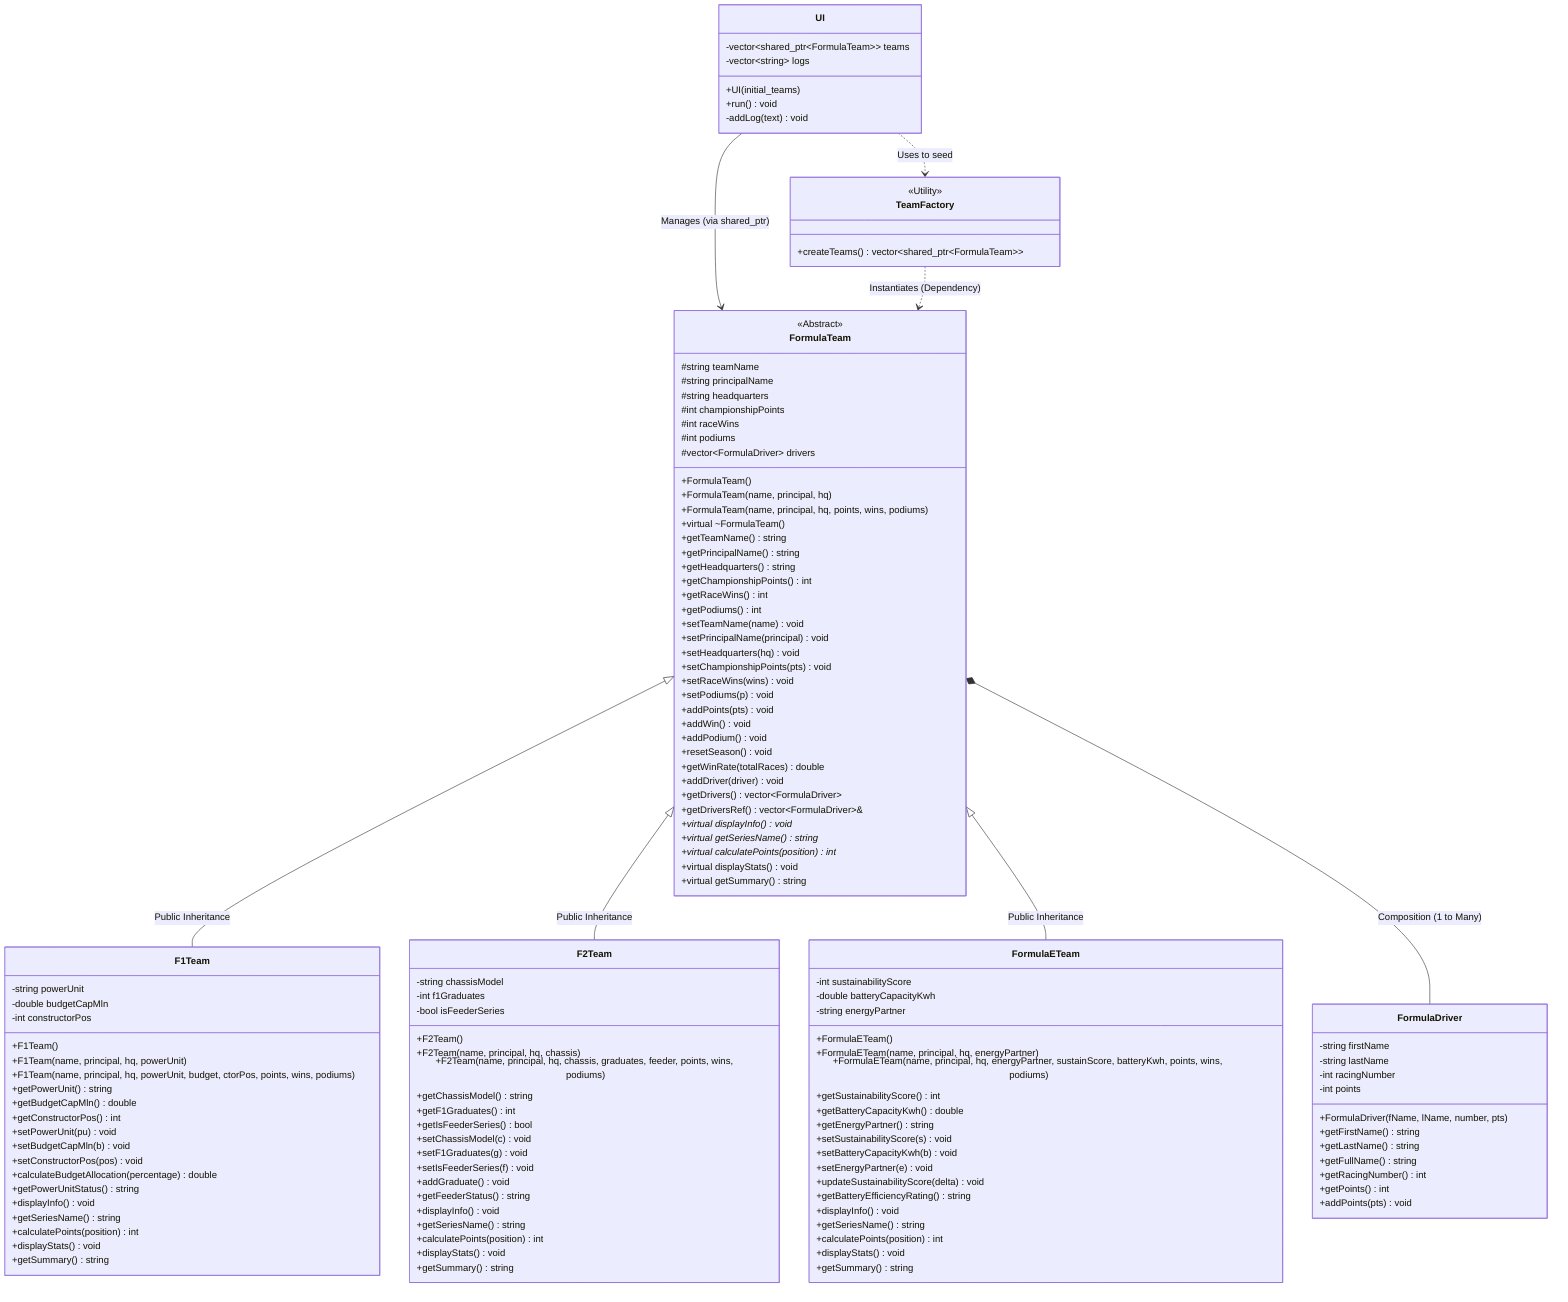
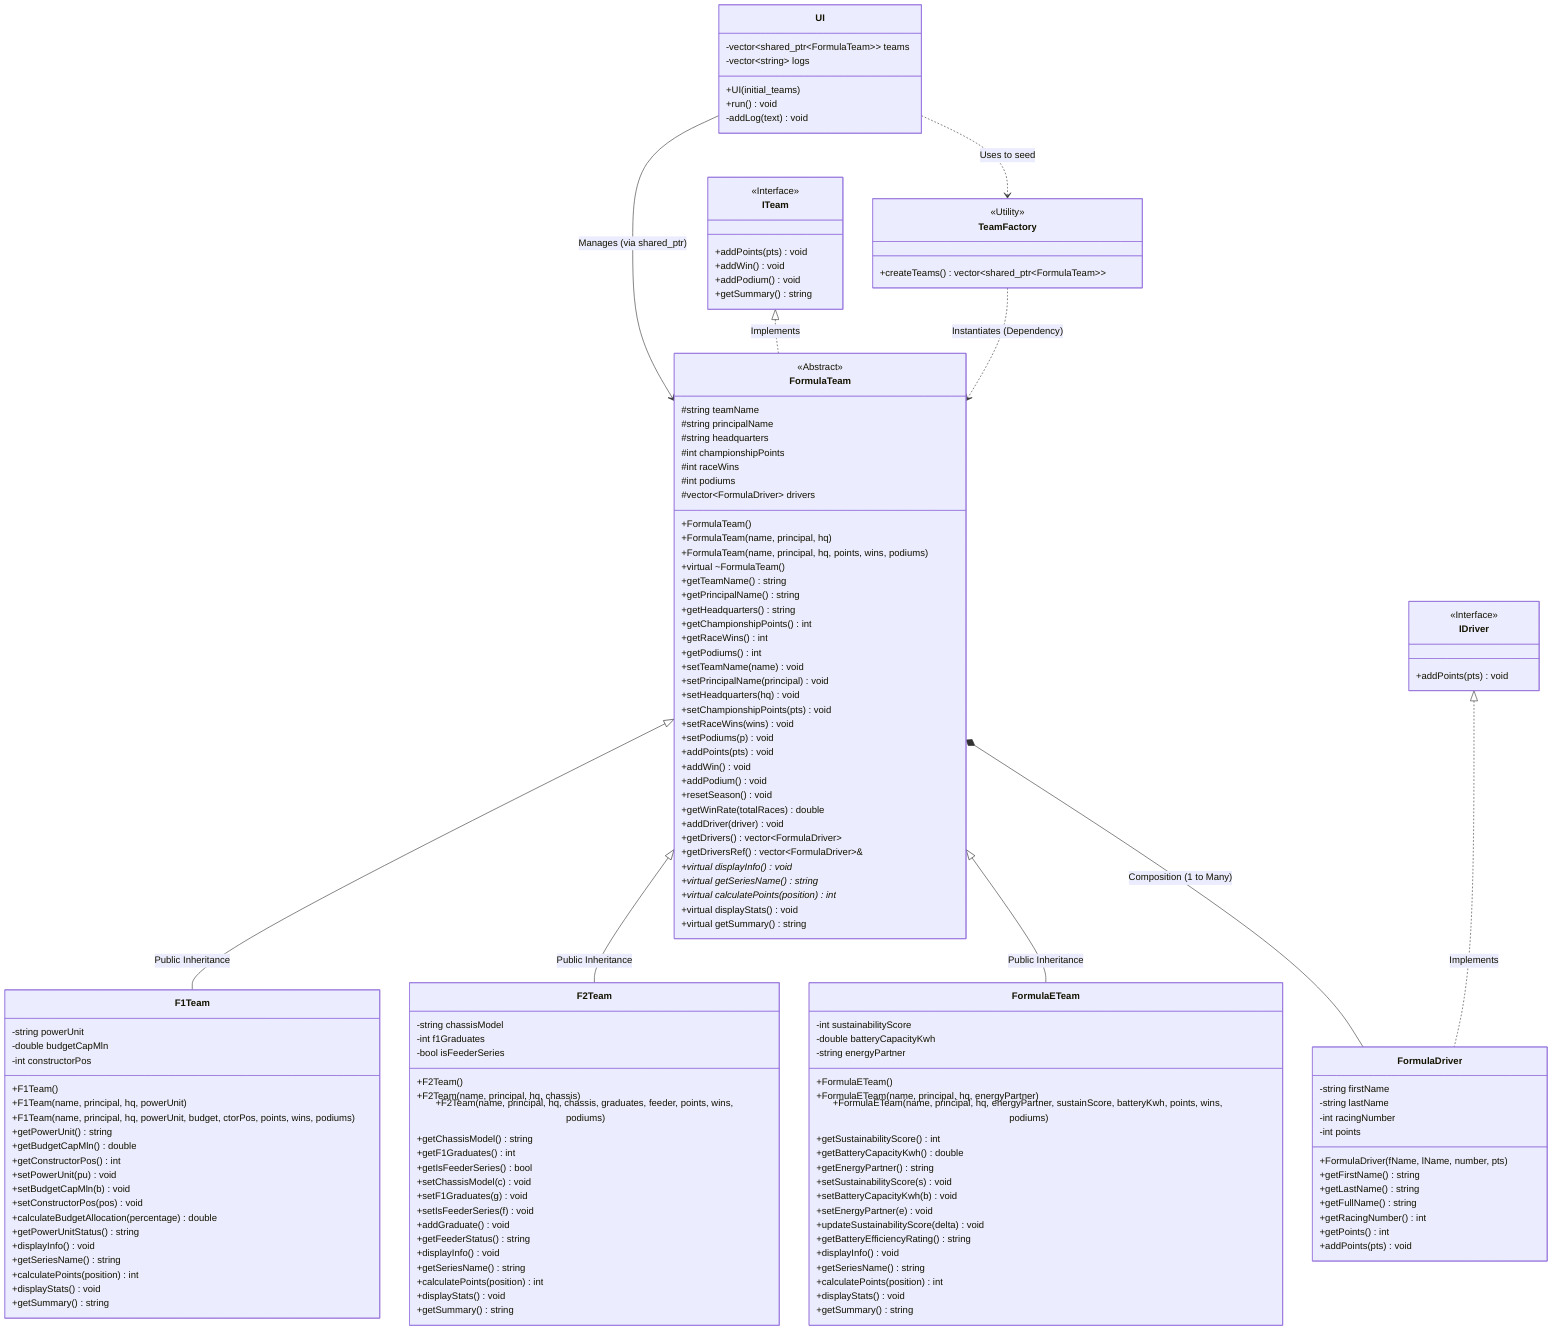
classDiagram
    direction TB

    class FormulaDriver {
        -string firstName
        -string lastName
        -int racingNumber
        -int points
        +FormulaDriver(fName, lName, number, pts)
        +getFirstName() string
        +getLastName() string
        +getFullName() string
        +getRacingNumber() int
        +getPoints() int
        +addPoints(pts) void
    }

    class FormulaTeam {
        <<Abstract>>
        #string teamName
        #string principalName
        #string headquarters
        #int championshipPoints
        #int raceWins
        #int podiums
        #vector~FormulaDriver~ drivers
        +FormulaTeam()
        +FormulaTeam(name, principal, hq)
        +FormulaTeam(name, principal, hq, points, wins, podiums)
        +virtual ~FormulaTeam()
        +getTeamName() string
        +getPrincipalName() string
        +getHeadquarters() string
        +getChampionshipPoints() int
        +getRaceWins() int
        +getPodiums() int
        +setTeamName(name) void
        +setPrincipalName(principal) void
        +setHeadquarters(hq) void
        +setChampionshipPoints(pts) void
        +setRaceWins(wins) void
        +setPodiums(p) void
        +addPoints(pts) void
        +addWin() void
        +addPodium() void
        +resetSeason() void
        +getWinRate(totalRaces) double
        +addDriver(driver) void
        +getDrivers() vector~FormulaDriver~
        +getDriversRef() vector~FormulaDriver~&
        +virtual displayInfo() void*
        +virtual getSeriesName() string*
        +virtual calculatePoints(position) int*
        +virtual displayStats() void
        +virtual getSummary() string
    }

    class F1Team {
        -string powerUnit
        -double budgetCapMln
        -int constructorPos
        +F1Team()
        +F1Team(name, principal, hq, powerUnit)
        +F1Team(name, principal, hq, powerUnit, budget, ctorPos, points, wins, podiums)
        +getPowerUnit() string
        +getBudgetCapMln() double
        +getConstructorPos() int
        +setPowerUnit(pu) void
        +setBudgetCapMln(b) void
        +setConstructorPos(pos) void
        +calculateBudgetAllocation(percentage) double
        +getPowerUnitStatus() string
        +displayInfo() void
        +getSeriesName() string
        +calculatePoints(position) int
        +displayStats() void
        +getSummary() string
    }

    class F2Team {
        -string chassisModel
        -int f1Graduates
        -bool isFeederSeries
        +F2Team()
        +F2Team(name, principal, hq, chassis)
        +F2Team(name, principal, hq, chassis, graduates, feeder, points, wins, podiums)
        +getChassisModel() string
        +getF1Graduates() int
        +getIsFeederSeries() bool
        +setChassisModel(c) void
        +setF1Graduates(g) void
        +setIsFeederSeries(f) void
        +addGraduate() void
        +getFeederStatus() string
        +displayInfo() void
        +getSeriesName() string
        +calculatePoints(position) int
        +displayStats() void
        +getSummary() string
    }

    class FormulaETeam {
        -int sustainabilityScore
        -double batteryCapacityKwh
        -string energyPartner
        +FormulaETeam()
        +FormulaETeam(name, principal, hq, energyPartner)
        +FormulaETeam(name, principal, hq, energyPartner, sustainScore, batteryKwh, points, wins, podiums)
        +getSustainabilityScore() int
        +getBatteryCapacityKwh() double
        +getEnergyPartner() string
        +setSustainabilityScore(s) void
        +setBatteryCapacityKwh(b) void
        +setEnergyPartner(e) void
        +updateSustainabilityScore(delta) void
        +getBatteryEfficiencyRating() string
        +displayInfo() void
        +getSeriesName() string
        +calculatePoints(position) int
        +displayStats() void
        +getSummary() string
    }

    class TeamFactory {
        <<Utility>>
        +createTeams() vector~shared_ptr~FormulaTeam~~
    }

    class UI {
        -vector~shared_ptr~FormulaTeam~~ teams
        -vector~string~ logs
        +UI(initial_teams)
        +run() void
        -addLog(text) void
    }

+     class IDriver {
+         <<Interface>>
+         +addPoints(pts) void
+     }
+ 
+     class ITeam {
+         <<Interface>>
+         +addPoints(pts) void
+         +addWin() void
+         +addPodium() void
+         +getSummary() string
+     }
+ 
+     IDriver <|.. FormulaDriver : Implements
+     ITeam <|.. FormulaTeam : Implements
+ 
    FormulaTeam <|-- F1Team : Public Inheritance
    FormulaTeam <|-- F2Team : Public Inheritance
    FormulaTeam <|-- FormulaETeam : Public Inheritance
    FormulaTeam *-- FormulaDriver : Composition (1 to Many)

    UI --> FormulaTeam : Manages (via shared_ptr)
    TeamFactory ..> FormulaTeam : Instantiates (Dependency)
    UI ..> TeamFactory : Uses to seed
